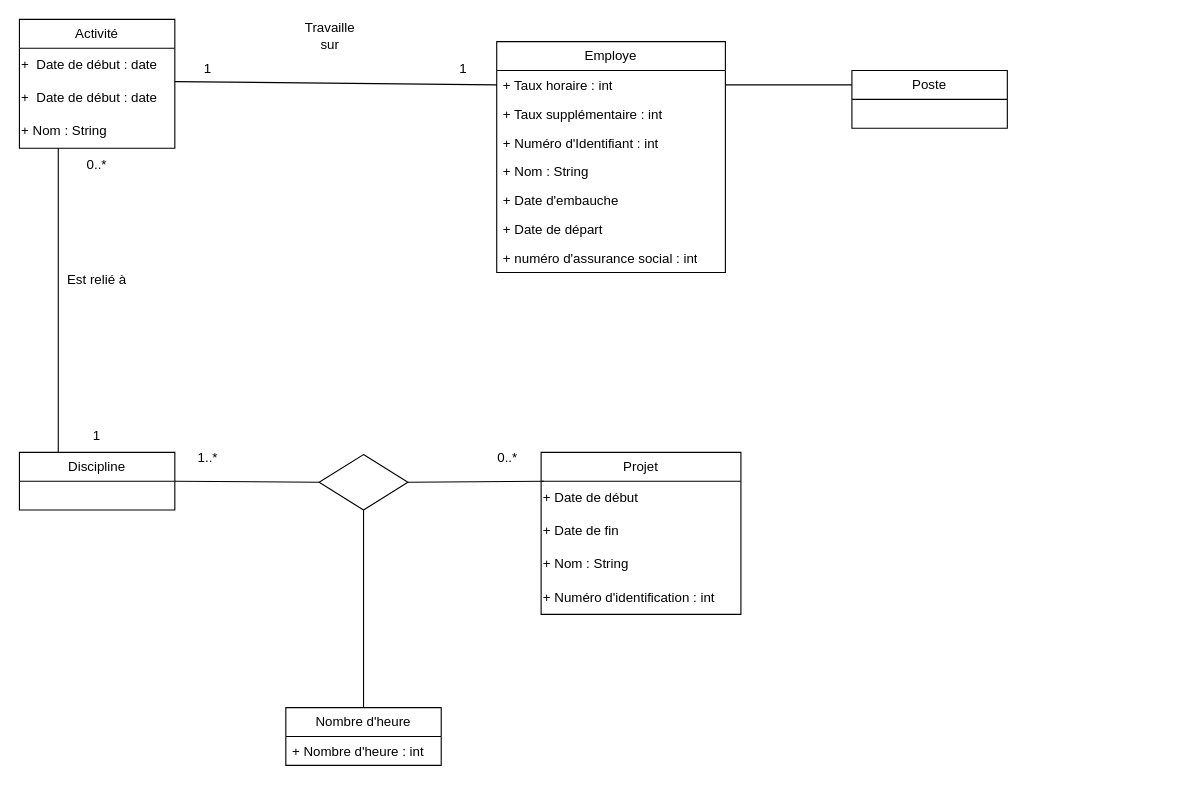
The draw.io diagram page "Diagramme de classe" (2 of 2) of Untitled Diagram.drawio in Lacolombenoire/Projet-modelisation-objet, before the edit. Source tidied: cells renumbered, new cells numbered last; positions are measured from the earlier drawing's top-left corner, leaving out a move shared by most shapes. Both pictures are drawn from the tidied source at 111%, with x=0, y=0 at pixel (19, 19).
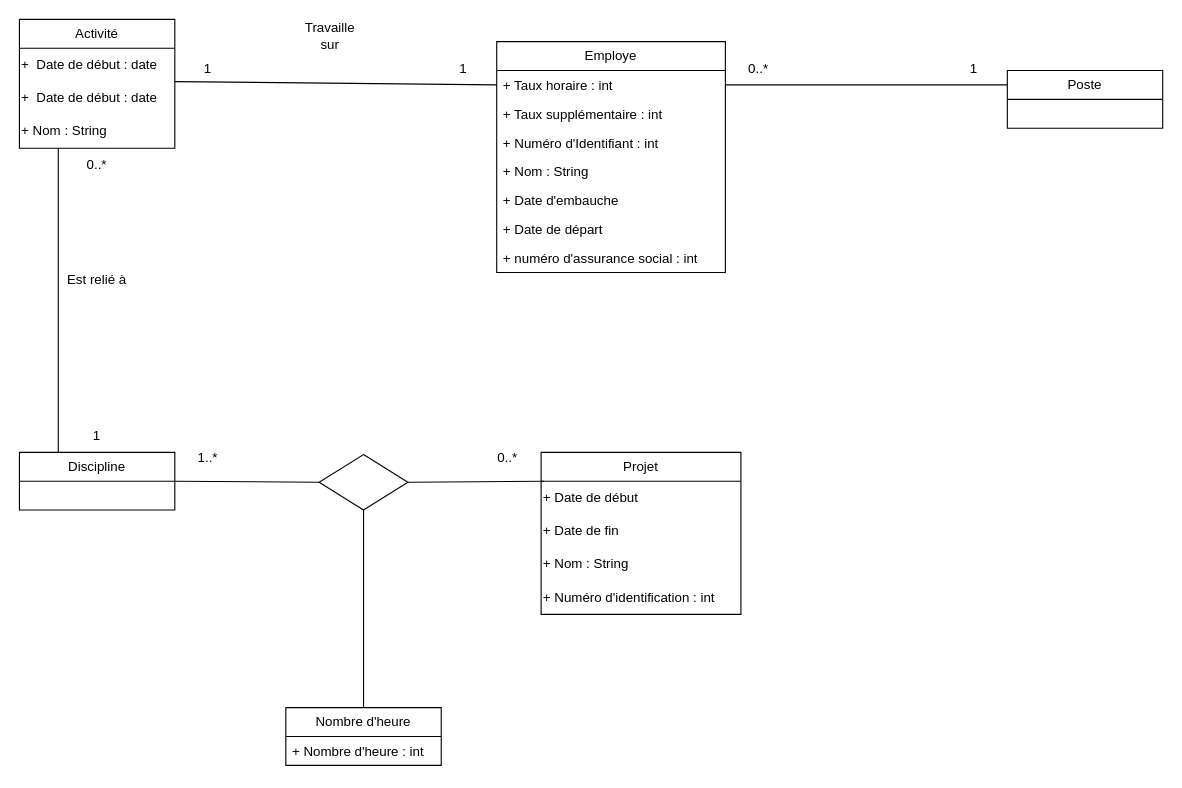
The same diagram, later.

Commit message (it also covers changes not shown here):
Complétion du diagramme de classe et conversion en image

The edit, as a diff of the source:
```diff
@@
     <mxCell id="36" value="Poste" style="swimlane;fontStyle=0;horizontal=1;startSize=26;fillColor=none;whiteSpace=wrap;html=1;" parent="1" vertex="1">
-      <mxGeometry x="750" y="46" width="140" height="52" as="geometry" />
+      <mxGeometry x="890" y="46" width="140" height="52" as="geometry" />
     </mxCell>
@@
+    <mxCell id="38" value="0..*" style="text;html=1;align=center;verticalAlign=middle;whiteSpace=wrap;rounded=0;" parent="1" vertex="1">
+      <mxGeometry x="636" y="30" width="60" height="30" as="geometry" />
+    </mxCell>
+    <mxCell id="39" value="1" style="text;html=1;align=center;verticalAlign=middle;whiteSpace=wrap;rounded=0;" parent="1" vertex="1">
+      <mxGeometry x="830" y="30" width="60" height="30" as="geometry" />
+    </mxCell>
```
